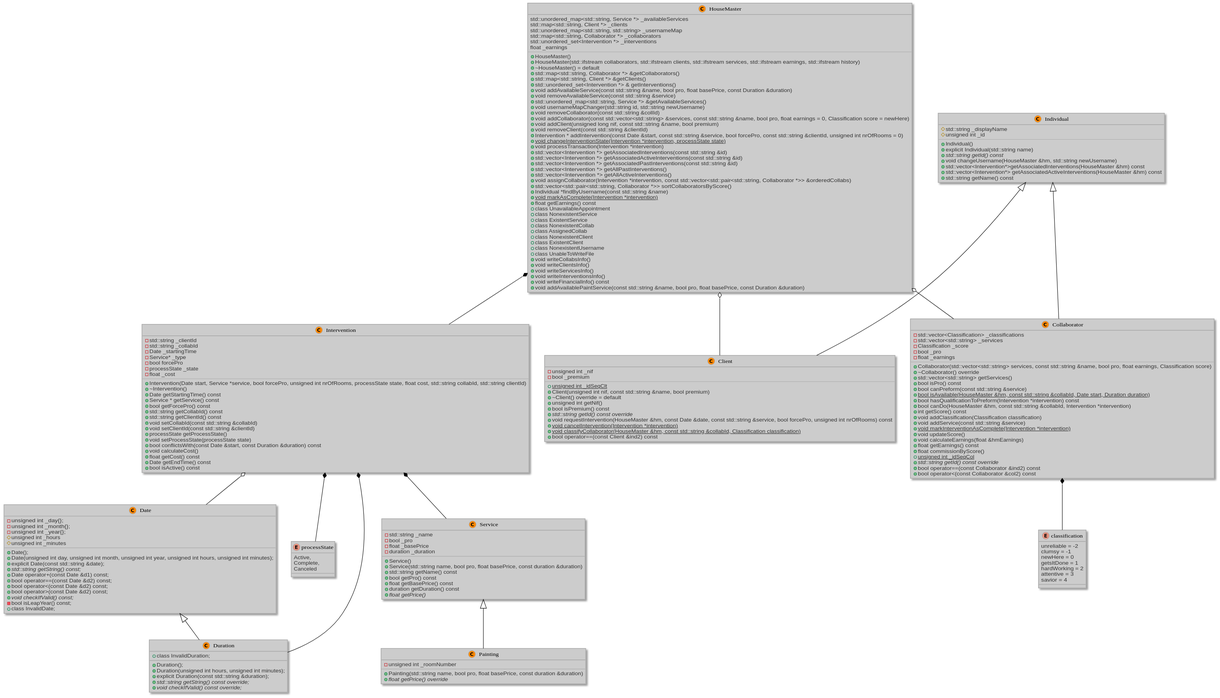
Before: docs/classDiagram.svg, a diagram exported from PlantUML (Sirze01/Projeto_AEDA_1_HouseMaster).
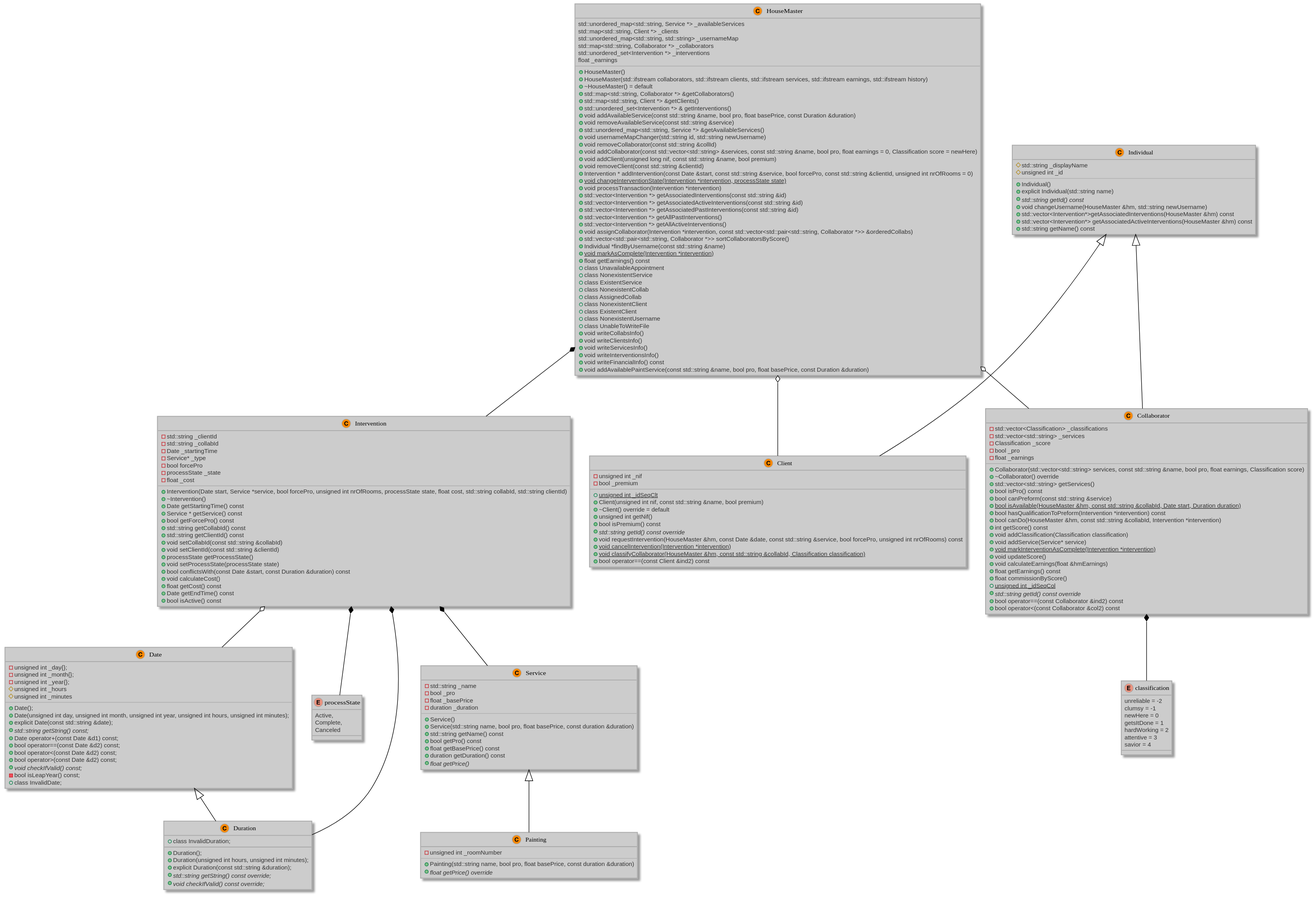
The same diagram one commit later.

The edit, as a diff of the source:
```diff
@@ -179,7 +179,7 @@
     + bool canDo(HouseMaster &hm, const std::string &collabId, Intervention *intervention)
     + int getScore() const
     + void addClassification(Classification classification)
-    + void addService(const std::string &service)
+    + void addService(Service* service)
     + {static} void markInterventionAsComplete(Intervention *intervention)
     + void updateScore()
     + void calculateEarnings(float &hmEarnings)
```
